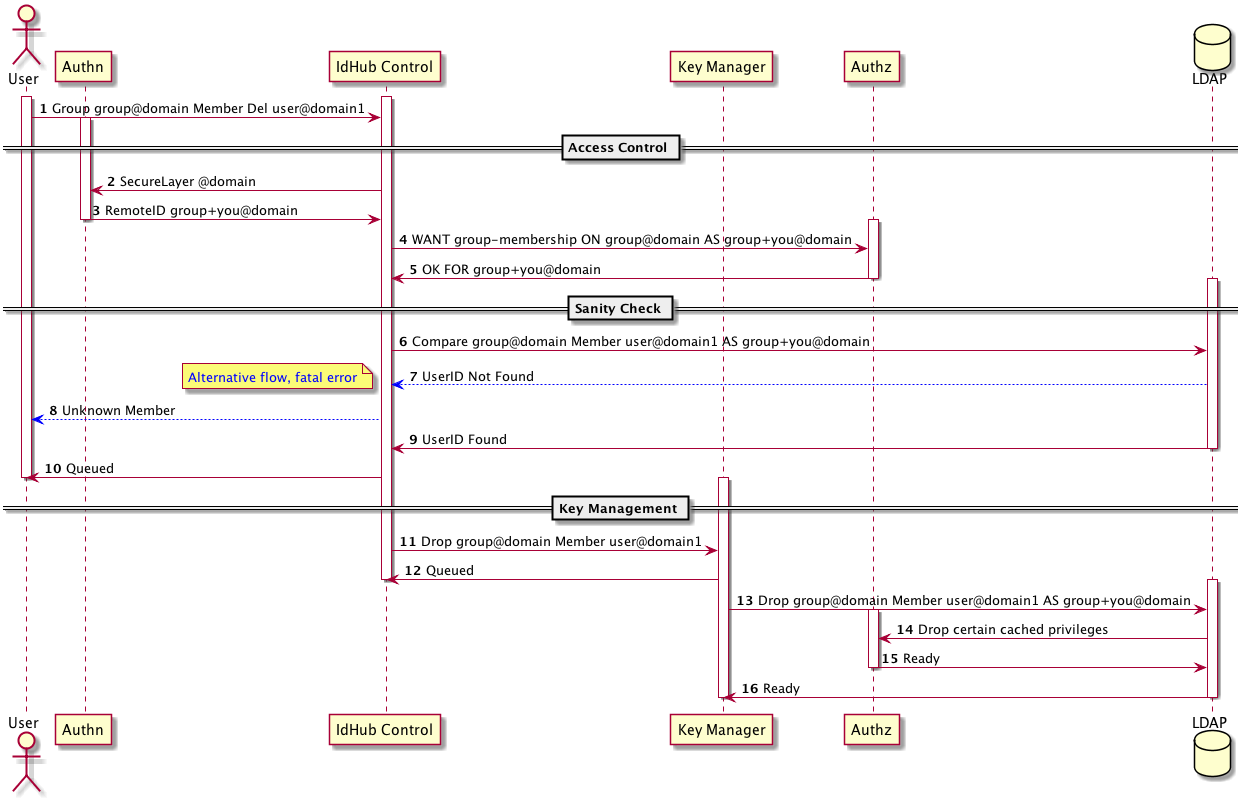
Before: group-member-del.png, a diagram exported from PlantUML (arpa2/identityhub-design).
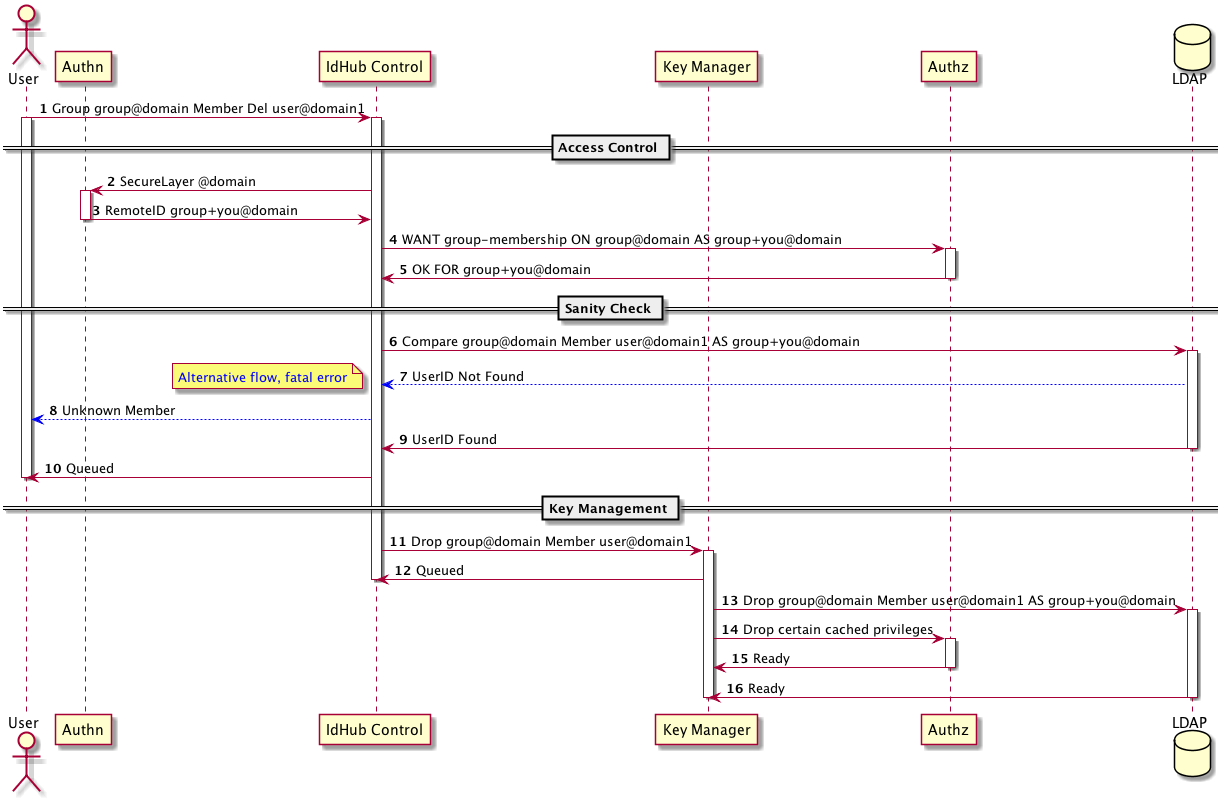
After the change.

What changed in the source:
```diff
@@ -9,26 +9,26 @@
 
 autonumber
 
+User -> Control: Group group@domain Member Del user@domain1
 activate User
 activate Control
-User -> Control: Group group@domain Member Del user@domain1
 
 == Access Control ==
 
+	Control -> Authn: SecureLayer @domain
 	activate Authn
-	Control -> Authn: SecureLayer @domain
 	Authn -> Control: RemoteID group+you@domain
 	deactivate Authn
 
+	Control -> Authz: WANT group-membership ON group@domain AS group+you@domain
 	activate Authz
-	Control -> Authz: WANT group-membership ON group@domain AS group+you@domain
 	Authz -> Control: OK FOR group+you@domain
 	deactivate Authz
 
 == Sanity Check ==
 
+	Control -> LDAP: Compare group@domain Member user@domain1 AS group+you@domain
 	activate LDAP
-	Control -> LDAP: Compare group@domain Member user@domain1 AS group+you@domain
 	LDAP -[#blue]-> Control: UserID Not Found
 note left: <color:blue>Alternative flow, fatal error</color>
 Control -[#blue]-> User: Unknown Member
@@ -40,19 +40,19 @@
 
 == Key Management ==
 
+	Control -> KeyManager: Drop group@domain Member user@domain1
 	activate KeyManager
-	Control -> KeyManager: Drop group@domain Member user@domain1
 	KeyManager -> Control: Queued
 deactivate Control
 
 
+	KeyManager -> LDAP: Drop group@domain Member user@domain1 AS group+you@domain
 	activate LDAP
-	KeyManager -> LDAP: Drop group@domain Member user@domain1 AS group+you@domain
 
-		activate Authz
-		LDAP -> Authz: Drop certain cached privileges
-		Authz -> LDAP: Ready
-		deactivate Authz
+	KeyManager -> Authz: Drop certain cached privileges
+	activate Authz
+	Authz -> KeyManager: Ready
+	deactivate Authz
 
 	LDAP -> KeyManager: Ready
 	deactivate LDAP
```
